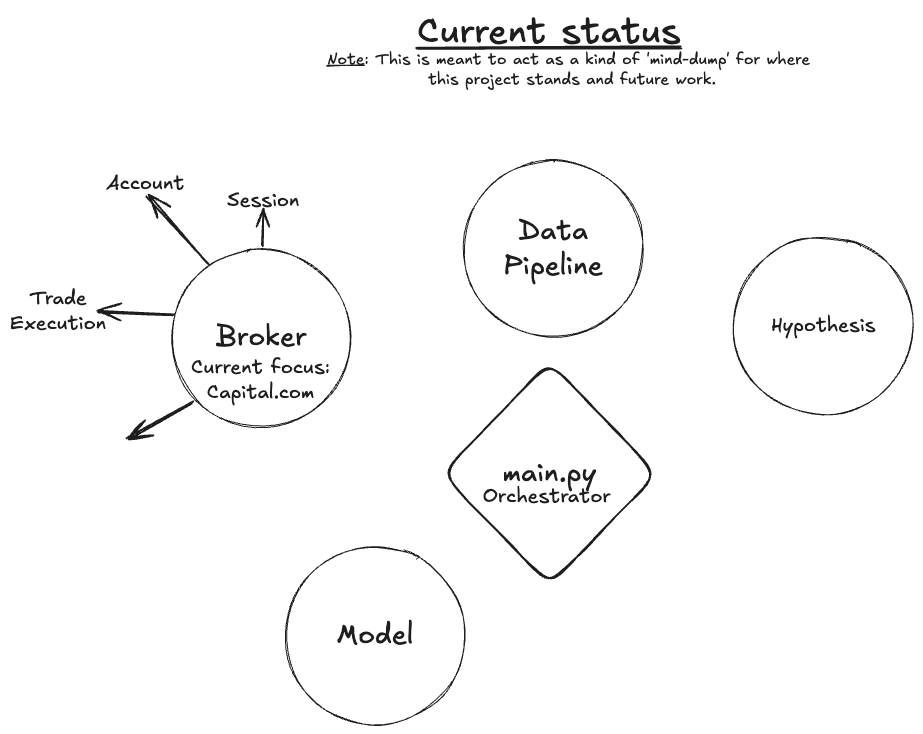
Above: excalidraw/current_progress.excalidraw.png in DanielWestgaard/ml-pred (Excalidraw), before the change. Source tidied: one line per element, renumbered; positions are measured from the earlier drawing's top-left corner, leaving out a move shared by most shapes.
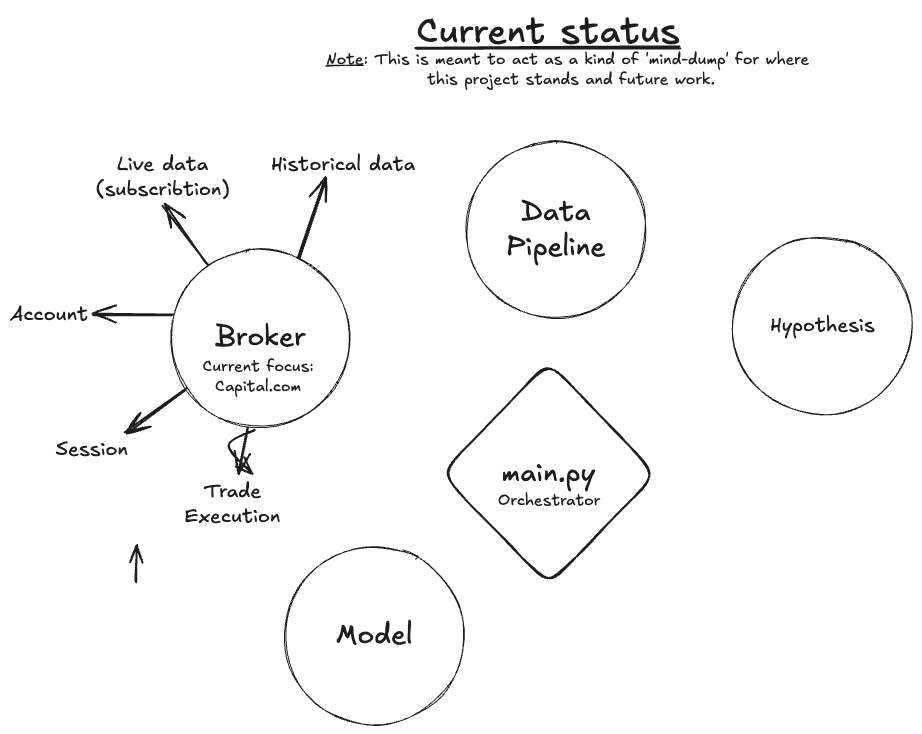
Above is the later version.

Commit message:
broker func

Diff of the diagram source:
```diff
@@ -4,20 +4,23 @@
 {"id": 3, "type": "line", "strokeColor": "#1e1e1e", "strokeWidth": 1, "roughness": 1, "round": true, "x": 317, "y": 55, "width": 38, "height": 0, "points": [[0, 0], [38, 0]]}
 {"id": 4, "type": "ellipse", "strokeColor": "#1e1e1e", "strokeWidth": 1, "roughness": 1, "round": true, "x": 161, "y": 239, "width": 180, "height": 178}
 {"id": 5, "type": "text", "text": "Broker", "strokeColor": "#1e1e1e", "strokeWidth": 1, "roughness": 1, "fontSize": 28, "fontFamily": 5, "textAlign": "center", "verticalAlign": "middle", "inside": 4, "x": 206, "y": 311, "width": 91, "height": 35}
-{"id": 6, "type": "ellipse", "strokeColor": "#1e1e1e", "strokeWidth": 1, "roughness": 1, "round": true, "x": 453, "y": 150, "width": 180, "height": 178}
+{"id": 6, "type": "ellipse", "strokeColor": "#1e1e1e", "strokeWidth": 1, "roughness": 1, "round": true, "x": 457, "y": 131, "width": 180, "height": 178}
-{"id": 7, "type": "text", "text": "Data\nPipeline", "strokeColor": "#1e1e1e", "strokeWidth": 1, "roughness": 1, "fontSize": 28, "fontFamily": 5, "textAlign": "center", "verticalAlign": "middle", "inside": 6, "x": 494, "y": 204, "width": 99, "height": 70}
+{"id": 7, "type": "text", "text": "Data\nPipeline", "strokeColor": "#1e1e1e", "strokeWidth": 1, "roughness": 1, "fontSize": 28, "fontFamily": 5, "textAlign": "center", "verticalAlign": "middle", "inside": 6, "x": 497, "y": 185, "width": 99, "height": 70}
 {"id": 8, "type": "ellipse", "strokeColor": "#1e1e1e", "strokeWidth": 1, "roughness": 1, "round": true, "x": 275, "y": 536, "width": 180, "height": 178}
 {"id": 9, "type": "text", "text": "Model", "strokeColor": "#1e1e1e", "strokeWidth": 1, "roughness": 1, "fontSize": 28, "fontFamily": 5, "textAlign": "center", "verticalAlign": "middle", "inside": 8, "x": 327, "y": 608, "width": 77, "height": 35}
 {"id": 10, "type": "ellipse", "strokeColor": "#1e1e1e", "strokeWidth": 1, "roughness": 1, "round": true, "x": 724, "y": 227, "width": 180, "height": 178}
 {"id": 11, "type": "text", "text": "Hypothesis", "strokeColor": "#1e1e1e", "strokeWidth": 1, "roughness": 1, "fontSize": 20, "fontFamily": 5, "textAlign": "center", "verticalAlign": "middle", "inside": 10, "x": 761, "y": 304, "width": 105, "height": 25}
-{"id": 12, "type": "arrow", "strokeColor": "#1e1e1e", "strokeWidth": 2, "roughness": 1, "endArrowhead": "arrow", "round": true, "from": 4, "x": 198, "y": 253, "width": 61, "height": 67, "points": [[0, 0], [-61, -67]]}
+{"id": 12, "type": "arrow", "strokeColor": "#1e1e1e", "strokeWidth": 2, "roughness": 1, "endArrowhead": "arrow", "round": true, "from": 4, "to": 24, "x": 198, "y": 253, "width": 44, "height": 58, "points": [[0, 0], [-44, -58]]}
-{"id": 13, "type": "text", "text": "Current focus:\nCapital.com", "strokeColor": "#1e1e1e", "strokeWidth": 2, "roughness": 1, "fontSize": 20, "fontFamily": 5, "textAlign": "center", "x": 181, "y": 346, "width": 139, "height": 50}
+{"id": 13, "type": "text", "text": "Current focus:\nCapital.com", "strokeColor": "#1e1e1e", "strokeWidth": 2, "roughness": 1, "fontSize": 16, "fontFamily": 5, "textAlign": "center", "x": 193, "y": 346, "width": 111, "height": 40}
-{"id": 14, "type": "text", "text": "Account", "strokeColor": "#1e1e1e", "strokeWidth": 2, "roughness": 1, "fontSize": 20, "fontFamily": 5, "textAlign": "center", "x": 96, "y": 161, "width": 78, "height": 25}
+{"id": 14, "type": "text", "text": "Account", "strokeColor": "#1e1e1e", "strokeWidth": 2, "roughness": 1, "fontSize": 20, "fontFamily": 5, "textAlign": "center", "x": 1, "y": 292, "width": 78, "height": 25}
-{"id": 15, "type": "arrow", "strokeColor": "#1e1e1e", "strokeWidth": 2, "roughness": 1, "endArrowhead": "arrow", "round": true, "from": 4, "x": 252, "y": 236, "width": 1, "height": 37, "points": [[0, 0], [1, -37]]}
-{"id": 16, "type": "text", "text": "Session", "strokeColor": "#1e1e1e", "strokeWidth": 2, "roughness": 1, "fontSize": 20, "fontFamily": 5, "textAlign": "center", "x": 217, "y": 178, "width": 72, "height": 25}
+{"id": 16, "type": "text", "text": "Session", "strokeColor": "#1e1e1e", "strokeWidth": 2, "roughness": 1, "fontSize": 20, "fontFamily": 5, "textAlign": "center", "x": 47, "y": 427, "width": 72, "height": 25}
-{"id": 17, "type": "arrow", "strokeColor": "#1e1e1e", "strokeWidth": 2, "roughness": 1, "endArrowhead": "arrow", "round": true, "from": 4, "x": 163, "y": 304, "width": 76, "height": 3, "points": [[0, 0], [-76, -3]]}
+{"id": 17, "type": "arrow", "strokeColor": "#1e1e1e", "strokeWidth": 2, "roughness": 1, "endArrowhead": "arrow", "round": true, "from": 4, "to": 14, "x": 163, "y": 304, "width": 80, "height": 0, "points": [[0, 0], [-80, 0]]}
-{"id": 18, "type": "text", "text": "Trade\nExecution", "strokeColor": "#1e1e1e", "strokeWidth": 2, "roughness": 1, "fontSize": 20, "fontFamily": 5, "textAlign": "center", "x": 0, "y": 277, "width": 96, "height": 50}
+{"id": 18, "type": "text", "text": "Trade\nExecution", "strokeColor": "#1e1e1e", "strokeWidth": 2, "roughness": 1, "fontSize": 20, "fontFamily": 5, "textAlign": "center", "x": 175, "y": 469, "width": 96, "height": 50}
-{"id": 19, "type": "arrow", "strokeColor": "#1e1e1e", "strokeWidth": 2, "roughness": 1, "endArrowhead": "arrow", "round": true, "from": 13, "x": 183, "y": 393, "width": 66, "height": 37, "points": [[0, 0], [-66, 37]]}
+{"id": 19, "type": "arrow", "strokeColor": "#1e1e1e", "strokeWidth": 2, "roughness": 1, "endArrowhead": "arrow", "round": true, "from": 4, "to": 16, "x": 178, "y": 379, "width": 61, "height": 44, "points": [[0, 0], [-61, 44]]}
 {"id": 20, "type": "diamond", "strokeColor": "#1e1e1e", "strokeWidth": 2, "roughness": 1, "round": true, "x": 432, "y": 352, "width": 216, "height": 224}
 {"id": 21, "type": "text", "text": "main.py", "strokeColor": "#1e1e1e", "strokeWidth": 2, "roughness": 1, "fontSize": 28, "fontFamily": 5, "textAlign": "center", "verticalAlign": "middle", "inside": 20, "x": 493, "y": 446, "width": 94, "height": 35}
-{"id": 22, "type": "text", "text": "Orchestrator", "strokeColor": "#1e1e1e", "strokeWidth": 2, "roughness": 1, "fontSize": 20, "fontFamily": 5, "textAlign": "center", "x": 473, "y": 474, "width": 128, "height": 25}
+{"id": 22, "type": "text", "text": "Orchestrator", "strokeColor": "#1e1e1e", "strokeWidth": 2, "roughness": 1, "fontSize": 16, "fontFamily": 5, "textAlign": "center", "x": 489, "y": 481, "width": 102, "height": 20}
+{"id": 23, "type": "text", "text": "Historical data", "strokeColor": "#1e1e1e", "strokeWidth": 2, "roughness": 1, "fontSize": 20, "fontFamily": 5, "textAlign": "center", "x": 262, "y": 143, "width": 144, "height": 25}
+{"id": 24, "type": "text", "text": "Live data\n(subscribtion)", "strokeColor": "#1e1e1e", "strokeWidth": 2, "roughness": 1, "fontSize": 20, "fontFamily": 5, "textAlign": "center", "x": 87, "y": 143, "width": 134, "height": 50}
+{"id": 25, "type": "arrow", "strokeColor": "#1e1e1e", "strokeWidth": 2, "roughness": 1, "endArrowhead": "arrow", "round": true, "from": 4, "to": 18, "x": 239, "y": 419, "width": 9, "height": 45, "points": [[0, 0], [-9, 45]]}
+{"id": 26, "type": "arrow", "strokeColor": "#1e1e1e", "strokeWidth": 2, "roughness": 1, "endArrowhead": "arrow", "round": true, "from": 4, "to": 23, "x": 290, "y": 249, "width": 27, "height": 82, "points": [[0, 0], [27, -82]]}
```
